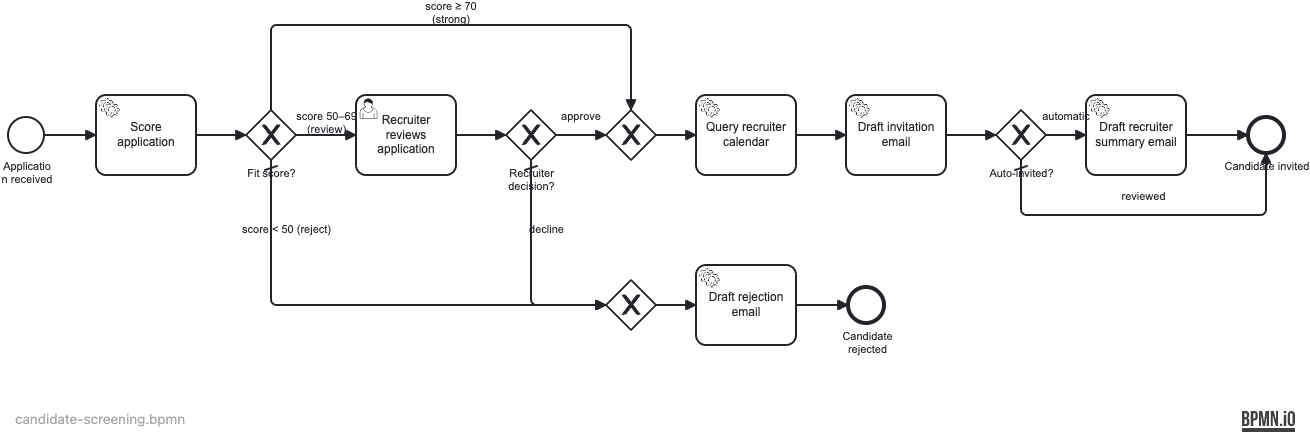
The BPMN diagram examples/use-cases/candidate-screening/src/main/resources/candidate-screening.png in operaton/operaton-examples, before a commit. Its source is kept beside it as examples/use-cases/candidate-screening/src/main/resources/candidate-screening.bpmn. Ids are renumbered.
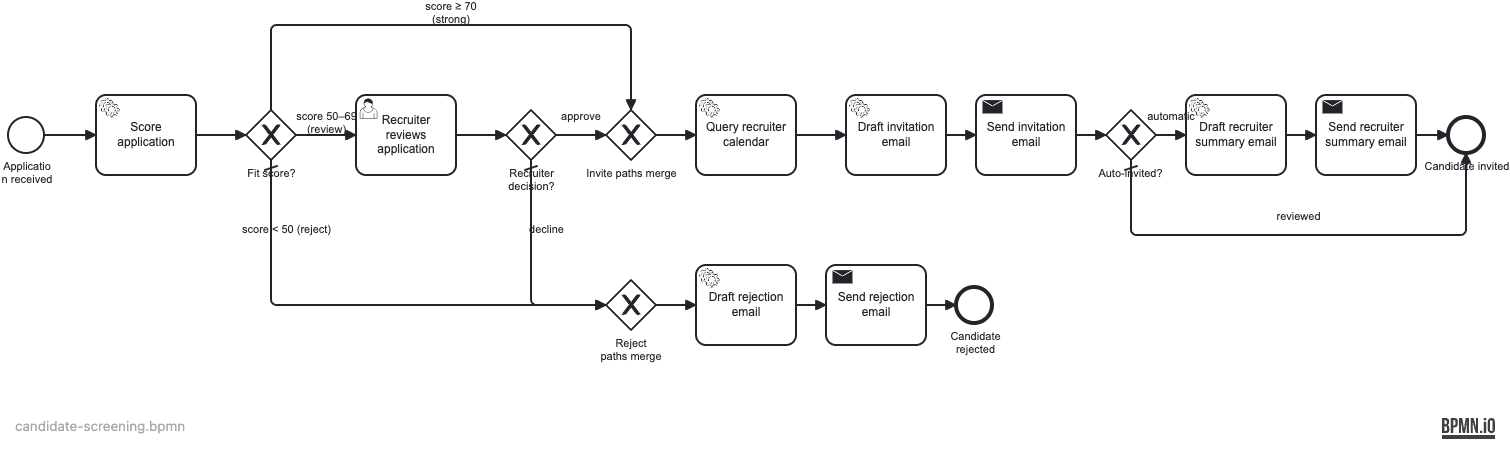
Above is the later version.

The edit, as a diff of the source:
```diff
@@ -110,11 +110,17 @@
         </operaton:connector>
       </bpmn:extensionElements>
       <bpmn:incoming>Flow_calendar_invitemail</bpmn:incoming>
-      <bpmn:outgoing>Flow_invitemail_auto</bpmn:outgoing>
+      <bpmn:outgoing>Flow_invitemail_send</bpmn:outgoing>
     </bpmn:serviceTask>
 
+    <bpmn:sendTask id="SendTask_SendInvitation" name="Send invitation email"
+                   operaton:expression="${emailDispatcher.sendInvitation(candidateEmail, candidateName, position, invitationEmail, interviewSlot)}">
+      <bpmn:incoming>Flow_invitemail_send</bpmn:incoming>
+      <bpmn:outgoing>Flow_send_auto</bpmn:outgoing>
+    </bpmn:sendTask>
+
     <bpmn:exclusiveGateway id="Gateway_AutoInvited" name="Auto-invited?" default="Flow_reviewed">
-      <bpmn:incoming>Flow_invitemail_auto</bpmn:incoming>
+      <bpmn:incoming>Flow_send_auto</bpmn:incoming>
       <bpmn:outgoing>Flow_automatic</bpmn:outgoing>
       <bpmn:outgoing>Flow_reviewed</bpmn:outgoing>
     </bpmn:exclusiveGateway>
@@ -138,11 +144,17 @@
         </operaton:connector>
       </bpmn:extensionElements>
       <bpmn:incoming>Flow_automatic</bpmn:incoming>
-      <bpmn:outgoing>Flow_summary_end</bpmn:outgoing>
+      <bpmn:outgoing>Flow_summary_send</bpmn:outgoing>
     </bpmn:serviceTask>
 
+    <bpmn:sendTask id="SendTask_SendRecruiterSummary" name="Send recruiter summary email"
+                   operaton:expression="${emailDispatcher.sendRecruiterSummary(recruiterEmail, candidateName, position, recruiterSummaryEmail)}">
+      <bpmn:incoming>Flow_summary_send</bpmn:incoming>
+      <bpmn:outgoing>Flow_send_summary_end</bpmn:outgoing>
+    </bpmn:sendTask>
+
     <bpmn:endEvent id="EndEvent_Invited" name="Candidate invited">
-      <bpmn:incoming>Flow_summary_end</bpmn:incoming>
+      <bpmn:incoming>Flow_send_summary_end</bpmn:incoming>
       <bpmn:incoming>Flow_reviewed</bpmn:incoming>
     </bpmn:endEvent>
 
@@ -171,11 +183,17 @@
         </operaton:connector>
       </bpmn:extensionElements>
       <bpmn:incoming>Flow_reject_mail</bpmn:incoming>
-      <bpmn:outgoing>Flow_reject_end</bpmn:outgoing>
+      <bpmn:outgoing>Flow_reject_send</bpmn:outgoing>
     </bpmn:serviceTask>
 
+    <bpmn:sendTask id="SendTask_SendRejection" name="Send rejection email"
+                   operaton:expression="${emailDispatcher.sendRejection(candidateEmail, candidateName, position, rejectionEmail)}">
+      <bpmn:incoming>Flow_reject_send</bpmn:incoming>
+      <bpmn:outgoing>Flow_send_reject_end</bpmn:outgoing>
+    </bpmn:sendTask>
+
     <bpmn:endEvent id="EndEvent_Rejected" name="Candidate rejected">
-      <bpmn:incoming>Flow_reject_end</bpmn:incoming>
+      <bpmn:incoming>Flow_send_reject_end</bpmn:incoming>
     </bpmn:endEvent>
 
     <bpmn:sequenceFlow id="Flow_start_score" sourceRef="StartEvent_ApplicationReceived" targetRef="ServiceTask_ScoreApplication"/>
@@ -207,16 +225,19 @@
 
     <bpmn:sequenceFlow id="Flow_invite_calendar" sourceRef="Gateway_InviteMerge" targetRef="ServiceTask_QueryCalendar"/>
     <bpmn:sequenceFlow id="Flow_calendar_invitemail" sourceRef="ServiceTask_QueryCalendar" targetRef="ServiceTask_InvitationEmail"/>
-    <bpmn:sequenceFlow id="Flow_invitemail_auto" sourceRef="ServiceTask_InvitationEmail" targetRef="Gateway_AutoInvited"/>
+    <bpmn:sequenceFlow id="Flow_invitemail_send" sourceRef="ServiceTask_InvitationEmail" targetRef="SendTask_SendInvitation"/>
+    <bpmn:sequenceFlow id="Flow_send_auto" sourceRef="SendTask_SendInvitation" targetRef="Gateway_AutoInvited"/>
 
     <bpmn:sequenceFlow id="Flow_automatic" name="automatic" sourceRef="Gateway_AutoInvited" targetRef="ServiceTask_RecruiterSummaryEmail">
       <bpmn:conditionExpression xsi:type="bpmn:tFormalExpression">${autoInvite}</bpmn:conditionExpression>
     </bpmn:sequenceFlow>
     <bpmn:sequenceFlow id="Flow_reviewed" name="reviewed" sourceRef="Gateway_AutoInvited" targetRef="EndEvent_Invited"/>
-    <bpmn:sequenceFlow id="Flow_summary_end" sourceRef="ServiceTask_RecruiterSummaryEmail" targetRef="EndEvent_Invited"/>
+    <bpmn:sequenceFlow id="Flow_summary_send" sourceRef="ServiceTask_RecruiterSummaryEmail" targetRef="SendTask_SendRecruiterSummary"/>
+    <bpmn:sequenceFlow id="Flow_send_summary_end" sourceRef="SendTask_SendRecruiterSummary" targetRef="EndEvent_Invited"/>
 
     <bpmn:sequenceFlow id="Flow_reject_mail" sourceRef="Gateway_RejectMerge" targetRef="ServiceTask_RejectionEmail"/>
-    <bpmn:sequenceFlow id="Flow_reject_end" sourceRef="ServiceTask_RejectionEmail" targetRef="EndEvent_Rejected"/>
+    <bpmn:sequenceFlow id="Flow_reject_send" sourceRef="ServiceTask_RejectionEmail" targetRef="SendTask_SendRejection"/>
+    <bpmn:sequenceFlow id="Flow_send_reject_end" sourceRef="SendTask_SendRejection" targetRef="EndEvent_Rejected"/>
   </bpmn:process>
 
   <bpmndi:BPMNDiagram id="BPMNDiagram_1">
@@ -249,16 +270,22 @@
       <bpmndi:BPMNShape id="ServiceTask_InvitationEmail_di" bpmnElement="ServiceTask_InvitationEmail">
         <dc:Bounds x="1000" y="190" width="100" height="80"/>
       </bpmndi:BPMNShape>
+      <bpmndi:BPMNShape id="SendTask_SendInvitation_di" bpmnElement="SendTask_SendInvitation">
+        <dc:Bounds x="1130" y="190" width="100" height="80"/>
+      </bpmndi:BPMNShape>
       <bpmndi:BPMNShape id="Gateway_AutoInvited_di" bpmnElement="Gateway_AutoInvited" isMarkerVisible="true">
-        <dc:Bounds x="1150" y="205" width="50" height="50"/>
-        <bpmndi:BPMNLabel><dc:Bounds x="1140" y="262" width="71" height="14"/></bpmndi:BPMNLabel>
+        <dc:Bounds x="1260" y="205" width="50" height="50"/>
+        <bpmndi:BPMNLabel><dc:Bounds x="1249" y="262" width="71" height="14"/></bpmndi:BPMNLabel>
       </bpmndi:BPMNShape>
       <bpmndi:BPMNShape id="ServiceTask_RecruiterSummaryEmail_di" bpmnElement="ServiceTask_RecruiterSummaryEmail">
-        <dc:Bounds x="1240" y="190" width="100" height="80"/>
+        <dc:Bounds x="1340" y="190" width="100" height="80"/>
+      </bpmndi:BPMNShape>
+      <bpmndi:BPMNShape id="SendTask_SendRecruiterSummary_di" bpmnElement="SendTask_SendRecruiterSummary">
+        <dc:Bounds x="1470" y="190" width="100" height="80"/>
       </bpmndi:BPMNShape>
       <bpmndi:BPMNShape id="EndEvent_Invited_di" bpmnElement="EndEvent_Invited">
-        <dc:Bounds x="1402" y="212" width="36" height="36"/>
-        <bpmndi:BPMNLabel><dc:Bounds x="1380" y="255" width="82" height="14"/></bpmndi:BPMNLabel>
+        <dc:Bounds x="1602" y="212" width="36" height="36"/>
+        <bpmndi:BPMNLabel><dc:Bounds x="1580" y="255" width="82" height="14"/></bpmndi:BPMNLabel>
       </bpmndi:BPMNShape>
       <bpmndi:BPMNShape id="Gateway_RejectMerge_di" bpmnElement="Gateway_RejectMerge" isMarkerVisible="true">
         <dc:Bounds x="760" y="375" width="50" height="50"/>
@@ -267,9 +294,12 @@
       <bpmndi:BPMNShape id="ServiceTask_RejectionEmail_di" bpmnElement="ServiceTask_RejectionEmail">
         <dc:Bounds x="850" y="360" width="100" height="80"/>
       </bpmndi:BPMNShape>
+      <bpmndi:BPMNShape id="SendTask_SendRejection_di" bpmnElement="SendTask_SendRejection">
+        <dc:Bounds x="980" y="360" width="100" height="80"/>
+      </bpmndi:BPMNShape>
       <bpmndi:BPMNShape id="EndEvent_Rejected_di" bpmnElement="EndEvent_Rejected">
-        <dc:Bounds x="1002" y="382" width="36" height="36"/>
-        <bpmndi:BPMNLabel><dc:Bounds x="980" y="425" width="82" height="14"/></bpmndi:BPMNLabel>
+        <dc:Bounds x="1110" y="382" width="36" height="36"/>
+        <bpmndi:BPMNLabel><dc:Bounds x="1088" y="425" width="82" height="14"/></bpmndi:BPMNLabel>
       </bpmndi:BPMNShape>
 
       <bpmndi:BPMNEdge id="Flow_start_score_di" bpmnElement="Flow_start_score">
@@ -302,23 +332,32 @@
       <bpmndi:BPMNEdge id="Flow_calendar_invitemail_di" bpmnElement="Flow_calendar_invitemail">
         <di:waypoint x="950" y="230"/><di:waypoint x="1000" y="230"/>
       </bpmndi:BPMNEdge>
-      <bpmndi:BPMNEdge id="Flow_invitemail_auto_di" bpmnElement="Flow_invitemail_auto">
-        <di:waypoint x="1100" y="230"/><di:waypoint x="1150" y="230"/>
+      <bpmndi:BPMNEdge id="Flow_invitemail_send_di" bpmnElement="Flow_invitemail_send">
+        <di:waypoint x="1100" y="230"/><di:waypoint x="1130" y="230"/>
+      </bpmndi:BPMNEdge>
+      <bpmndi:BPMNEdge id="Flow_send_auto_di" bpmnElement="Flow_send_auto">
+        <di:waypoint x="1230" y="230"/><di:waypoint x="1260" y="230"/>
       </bpmndi:BPMNEdge>
       <bpmndi:BPMNEdge id="Flow_automatic_di" bpmnElement="Flow_automatic">
-        <di:waypoint x="1200" y="230"/><di:waypoint x="1240" y="230"/>
+        <di:waypoint x="1310" y="230"/><di:waypoint x="1340" y="230"/>
       </bpmndi:BPMNEdge>
-      <bpmndi:BPMNEdge id="Flow_summary_end_di" bpmnElement="Flow_summary_end">
-        <di:waypoint x="1340" y="230"/><di:waypoint x="1402" y="230"/>
+      <bpmndi:BPMNEdge id="Flow_summary_send_di" bpmnElement="Flow_summary_send">
+        <di:waypoint x="1440" y="230"/><di:waypoint x="1470" y="230"/>
+      </bpmndi:BPMNEdge>
+      <bpmndi:BPMNEdge id="Flow_send_summary_end_di" bpmnElement="Flow_send_summary_end">
+        <di:waypoint x="1570" y="230"/><di:waypoint x="1602" y="230"/>
       </bpmndi:BPMNEdge>
       <bpmndi:BPMNEdge id="Flow_reviewed_di" bpmnElement="Flow_reviewed">
-        <di:waypoint x="1175" y="255"/><di:waypoint x="1175" y="310"/><di:waypoint x="1420" y="310"/><di:waypoint x="1420" y="248"/>
+        <di:waypoint x="1285" y="255"/><di:waypoint x="1285" y="330"/><di:waypoint x="1620" y="330"/><di:waypoint x="1620" y="248"/>
       </bpmndi:BPMNEdge>
       <bpmndi:BPMNEdge id="Flow_reject_mail_di" bpmnElement="Flow_reject_mail">
         <di:waypoint x="810" y="400"/><di:waypoint x="850" y="400"/>
       </bpmndi:BPMNEdge>
-      <bpmndi:BPMNEdge id="Flow_reject_end_di" bpmnElement="Flow_reject_end">
-        <di:waypoint x="950" y="400"/><di:waypoint x="1002" y="400"/>
+      <bpmndi:BPMNEdge id="Flow_reject_send_di" bpmnElement="Flow_reject_send">
+        <di:waypoint x="950" y="400"/><di:waypoint x="980" y="400"/>
+      </bpmndi:BPMNEdge>
+      <bpmndi:BPMNEdge id="Flow_send_reject_end_di" bpmnElement="Flow_send_reject_end">
+        <di:waypoint x="1080" y="400"/><di:waypoint x="1110" y="400"/>
       </bpmndi:BPMNEdge>
     </bpmndi:BPMNPlane>
   </bpmndi:BPMNDiagram>
```
